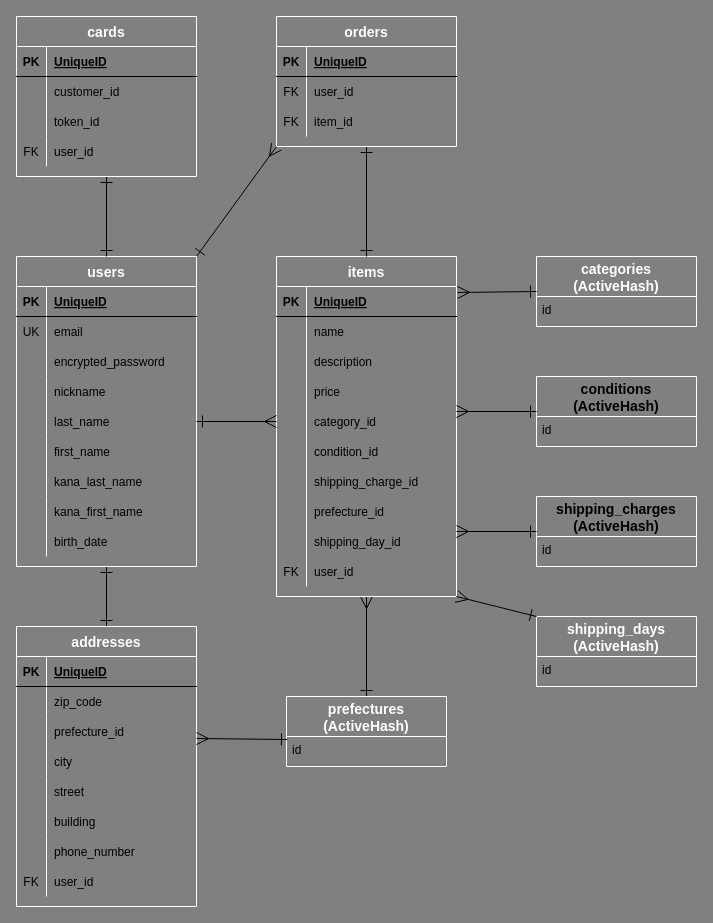
Before: er.dio in Jun-130/furima-38355, a draw.io diagram. Source tidied: cells renumbered, new cells numbered last; positions are measured from the earlier drawing's top-left corner, leaving out a move shared by most shapes. Both pictures are drawn from the tidied source at 100%, with x=0, y=0 at pixel (16, 16).
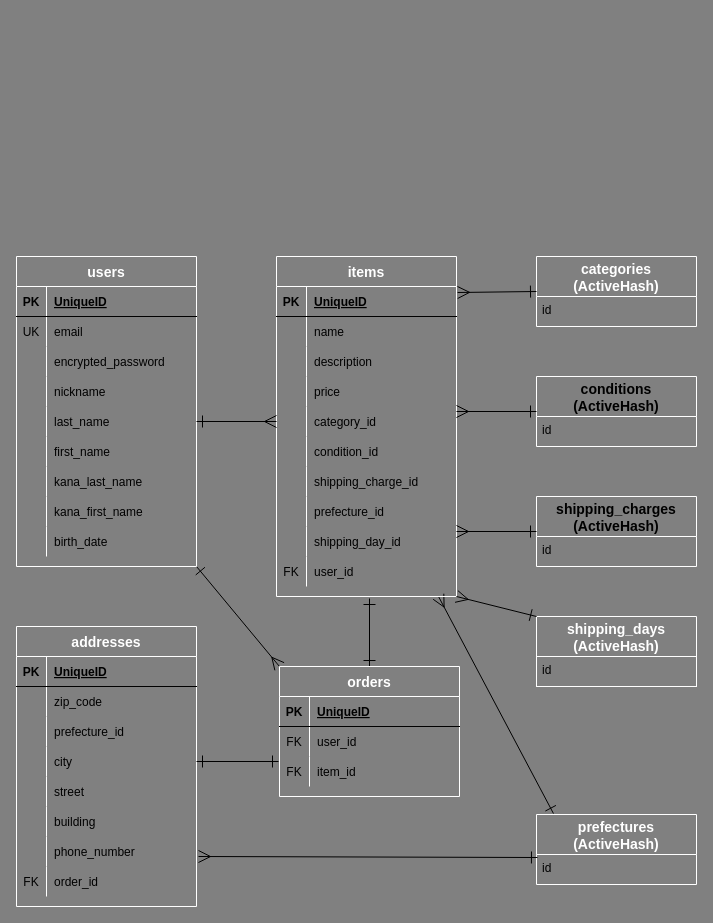
Above is the later version.

Commit message (it also covers changes not shown here):
DB設計変更(cards削除、association変更)

Unchanged cells that the change refers to:
```xml
<mxCell id="4" value="users" style="shape=table;startSize=30;childLayout=tableLayout;rowLines=0;fontStyle=1;align=center;fillColor=none;strokeColor=#FFFFFF;fontColor=#FFFFFF;fontSize=14;" parent="1" vertex="1">
  <mxGeometry y="240" width="180" height="310" as="geometry" />
</mxCell>
<mxCell id="33" value="items" style="shape=table;startSize=30;childLayout=tableLayout;rowLines=0;fontStyle=1;align=center;fillColor=none;strokeColor=#FFFFFF;fontColor=#FFFFFF;fontSize=14;" parent="1" vertex="1">
  <mxGeometry x="260" y="240" width="180" height="340" as="geometry" />
</mxCell>
<mxCell id="75" value="addresses" style="shape=table;startSize=30;childLayout=tableLayout;rowLines=0;fontStyle=1;align=center;fillColor=none;strokeColor=#FFFFFF;fontSize=14;fontColor=#FFFFFF;labelBackgroundColor=none;" parent="1" vertex="1">
  <mxGeometry y="610" width="180" height="280" as="geometry" />
</mxCell>
<mxCell id="82" style="shape=partialRectangle;fillColor=none;top=0;left=0;bottom=0;right=0;points=[[0,0.5],[1,0.5]];portConstraint=eastwest;" parent="75" vertex="1">
  <mxGeometry y="90" width="180" height="30" as="geometry" />
</mxCell>
<mxCell id="85" style="shape=partialRectangle;fillColor=none;top=0;left=0;bottom=0;right=0;points=[[0,0.5],[1,0.5]];portConstraint=eastwest;" parent="75" vertex="1">
  <mxGeometry y="120" width="180" height="30" as="geometry" />
</mxCell>
<mxCell id="97" style="shape=partialRectangle;fillColor=none;top=0;left=0;bottom=0;right=0;" parent="75" vertex="1">
  <mxGeometry y="240" width="180" height="30" as="geometry" />
</mxCell>
<mxCell id="101" value="id" style="text;strokeColor=none;fillColor=none;spacingLeft=4;spacingRight=4;overflow=hidden;points=[[0,0.5],[1,0.5]];portConstraint=eastwest;fontSize=12;" parent="100" vertex="1">
  <mxGeometry y="40" width="160" height="30" as="geometry" />
</mxCell>
```

Change to the diagram source:
```diff
@@
-    <mxCell id="2" style="html=1;exitX=0.5;exitY=1;exitDx=0;exitDy=0;entryX=0.5;entryY=0;entryDx=0;entryDy=0;endArrow=ERone;endFill=0;targetPerimeterSpacing=0;sourcePerimeterSpacing=0;startArrow=ERone;startFill=0;endSize=10;startSize=10;" parent="1" edge="1" source="4" target="75">
-      <mxGeometry relative="1" as="geometry" />
-    </mxCell>
-    <mxCell id="3" style="edgeStyle=none;html=1;exitX=1;exitY=0;exitDx=0;exitDy=0;startArrow=ERone;startFill=0;endArrow=ERmany;endFill=0;startSize=10;endSize=10;sourcePerimeterSpacing=0;targetPerimeterSpacing=0;" parent="1" edge="1" source="4">
-      <mxGeometry relative="1" as="geometry">
-        <mxPoint x="260" y="130" as="targetPoint" />
-      </mxGeometry>
+    <mxCell id="3" style="edgeStyle=none;html=1;exitX=1;exitY=1;exitDx=0;exitDy=0;startArrow=ERone;startFill=0;endArrow=ERmany;endFill=0;startSize=10;endSize=10;sourcePerimeterSpacing=0;targetPerimeterSpacing=0;entryX=0;entryY=0;entryDx=0;entryDy=0;" parent="1" edge="1" source="4" target="65">
+      <mxGeometry relative="1" as="geometry" />
     </mxCell>
@@
-    <mxCell id="32" style="edgeStyle=none;html=1;entryX=0.5;entryY=0;entryDx=0;entryDy=0;startArrow=ERmany;startFill=0;endArrow=ERone;endFill=0;startSize=10;endSize=10;sourcePerimeterSpacing=0;targetPerimeterSpacing=0;" parent="1" edge="1" target="100">
+    <mxCell id="32" style="edgeStyle=none;html=1;entryX=0.106;entryY=-0.014;entryDx=0;entryDy=0;startArrow=ERmany;startFill=0;endArrow=ERone;endFill=0;startSize=10;endSize=10;sourcePerimeterSpacing=0;targetPerimeterSpacing=0;entryPerimeter=0;" parent="1" edge="1" target="100">
       <mxGeometry relative="1" as="geometry">
-        <mxPoint x="350" y="580" as="sourcePoint" />
+        <mxPoint x="422" y="580" as="sourcePoint" />
       </mxGeometry>
     </mxCell>
@@
-    <mxCell id="64" style="edgeStyle=none;html=1;exitX=0.5;exitY=1;exitDx=0;exitDy=0;entryX=0.5;entryY=0;entryDx=0;entryDy=0;startArrow=ERone;startFill=0;endArrow=ERone;endFill=0;startSize=10;endSize=10;sourcePerimeterSpacing=0;targetPerimeterSpacing=0;" parent="1" edge="1" source="65" target="33">
-      <mxGeometry relative="1" as="geometry" />
+    <mxCell id="64" style="edgeStyle=none;html=1;exitX=0.5;exitY=0;exitDx=0;exitDy=0;startArrow=ERone;startFill=0;endArrow=ERone;endFill=0;startSize=10;endSize=10;sourcePerimeterSpacing=0;targetPerimeterSpacing=0;" parent="1" edge="1" source="65">
+      <mxGeometry relative="1" as="geometry">
+        <mxPoint x="353" y="582" as="targetPoint" />
+      </mxGeometry>
     </mxCell>
     <mxCell id="65" value="orders" style="shape=table;startSize=30;childLayout=tableLayout;rowLines=0;fontStyle=1;align=center;fillColor=none;fontColor=#FFFFFF;strokeColor=#FFFFFF;fontSize=14;" parent="1" vertex="1">
-      <mxGeometry x="260" width="180" height="130" as="geometry" />
+      <mxGeometry x="263" y="650" width="180" height="130" as="geometry" />
     </mxCell>
@@
-    <mxCell id="99" value="user_id" style="shape=partialRectangle;fillColor=none;top=0;left=0;bottom=0;right=0;align=left;spacingLeft=6;overflow=hidden;" parent="97" vertex="1">
+    <mxCell id="99" value="order_id" style="shape=partialRectangle;fillColor=none;top=0;left=0;bottom=0;right=0;align=left;spacingLeft=6;overflow=hidden;" parent="97" vertex="1">
       <mxGeometry x="30" width="150" height="30" as="geometry" />
     </mxCell>
     <mxCell id="100" value="prefectures&#10;(ActiveHash)" style="swimlane;fontStyle=1;horizontal=1;startSize=40;align=center;fontSize=14;fillColor=none;strokeColor=#FFFFFF;fontColor=#FFFFFF;labelBackgroundColor=none;" parent="1" vertex="1">
-      <mxGeometry x="270" y="680" width="160" height="70" as="geometry" />
+      <mxGeometry x="520" y="798" width="160" height="70" as="geometry" />
     </mxCell>
@@
-    <mxCell id="115" style="edgeStyle=none;html=1;entryX=1;entryY=0.733;entryDx=0;entryDy=0;entryPerimeter=0;startArrow=ERone;startFill=0;endArrow=ERmany;endFill=0;startSize=10;endSize=10;sourcePerimeterSpacing=0;targetPerimeterSpacing=0;exitX=0.006;exitY=0.1;exitDx=0;exitDy=0;exitPerimeter=0;" parent="1" edge="1" source="101" target="82">
-      <mxGeometry relative="1" as="geometry" />
+    <mxCell id="115" style="edgeStyle=none;html=1;startArrow=ERone;startFill=0;endArrow=ERmany;endFill=0;startSize=10;endSize=10;sourcePerimeterSpacing=0;targetPerimeterSpacing=0;exitX=0.006;exitY=0.1;exitDx=0;exitDy=0;exitPerimeter=0;" parent="1" edge="1" source="101">
+      <mxGeometry relative="1" as="geometry">
+        <mxPoint x="182" y="840" as="targetPoint" />
+      </mxGeometry>
     </mxCell>
-    <mxCell id="116" style="edgeStyle=none;html=1;entryX=0.5;entryY=0;entryDx=0;entryDy=0;startArrow=ERone;startFill=0;endArrow=ERone;endFill=0;startSize=10;endSize=10;sourcePerimeterSpacing=0;targetPerimeterSpacing=0;" parent="1" edge="1" target="4">
-      <mxGeometry relative="1" as="geometry">
-        <mxPoint x="90" y="160" as="sourcePoint" />
-      </mxGeometry>
-    </mxCell>
-    <mxCell id="117" value="cards" style="shape=table;startSize=30;childLayout=tableLayout;rowLines=0;fontStyle=1;align=center;fillColor=none;fontColor=#FFFFFF;strokeColor=#FFFFFF;fontSize=14;" parent="1" vertex="1">
-      <mxGeometry width="180" height="160" as="geometry" />
-    </mxCell>
-    <mxCell id="118" style="shape=partialRectangle;fillColor=none;top=0;left=0;bottom=1;right=0;" parent="117" vertex="1">
-      <mxGeometry y="30" width="180" height="30" as="geometry" />
-    </mxCell>
-    <mxCell id="119" value="PK" style="shape=partialRectangle;fillColor=none;top=0;left=0;bottom=0;right=0;fontStyle=1;overflow=hidden;" parent="118" vertex="1">
-      <mxGeometry width="30" height="30" as="geometry" />
-    </mxCell>
-    <mxCell id="120" value="UniqueID" style="shape=partialRectangle;fillColor=none;top=0;left=0;bottom=0;right=0;align=left;spacingLeft=6;fontStyle=5;overflow=hidden;" parent="118" vertex="1">
-      <mxGeometry x="30" width="150" height="30" as="geometry" />
-    </mxCell>
-    <mxCell id="121" style="shape=partialRectangle;fillColor=none;top=0;left=0;bottom=0;right=0;" parent="117" vertex="1">
-      <mxGeometry y="60" width="180" height="30" as="geometry" />
-    </mxCell>
-    <mxCell id="122" style="shape=partialRectangle;fillColor=none;top=0;left=0;bottom=0;right=0;overflow=hidden;" parent="121" vertex="1">
-      <mxGeometry width="30" height="30" as="geometry" />
-    </mxCell>
-    <mxCell id="123" value="customer_id" style="shape=partialRectangle;fillColor=none;top=0;left=0;bottom=0;right=0;align=left;spacingLeft=6;overflow=hidden;" parent="121" vertex="1">
-      <mxGeometry x="30" width="150" height="30" as="geometry" />
-    </mxCell>
-    <mxCell id="124" style="shape=partialRectangle;fillColor=none;top=0;left=0;bottom=0;right=0;" parent="117" vertex="1">
-      <mxGeometry y="90" width="180" height="30" as="geometry" />
-    </mxCell>
-    <mxCell id="125" style="shape=partialRectangle;fillColor=none;top=0;left=0;bottom=0;right=0;overflow=hidden;" parent="124" vertex="1">
-      <mxGeometry width="30" height="30" as="geometry" />
-    </mxCell>
-    <mxCell id="126" value="token_id" style="shape=partialRectangle;fillColor=none;top=0;left=0;bottom=0;right=0;align=left;spacingLeft=6;overflow=hidden;" parent="124" vertex="1">
-      <mxGeometry x="30" width="150" height="30" as="geometry" />
-    </mxCell>
-    <mxCell id="127" style="shape=partialRectangle;fillColor=none;top=0;left=0;bottom=0;right=0;" parent="117" vertex="1">
-      <mxGeometry y="120" width="180" height="30" as="geometry" />
-    </mxCell>
-    <mxCell id="128" value="FK" style="shape=partialRectangle;fillColor=none;top=0;left=0;bottom=0;right=0;overflow=hidden;" parent="127" vertex="1">
-      <mxGeometry width="30" height="30" as="geometry" />
-    </mxCell>
-    <mxCell id="129" value="user_id" style="shape=partialRectangle;fillColor=none;top=0;left=0;bottom=0;right=0;align=left;spacingLeft=6;overflow=hidden;" parent="127" vertex="1">
-      <mxGeometry x="30" width="150" height="30" as="geometry" />
-    </mxCell>
+    <mxCell id="130" style="edgeStyle=none;html=1;exitX=1;exitY=0.5;exitDx=0;exitDy=0;endArrow=ERone;endFill=0;startArrow=ERone;startFill=0;endSize=10;startSize=10;" parent="1" edge="1" source="85">
+      <mxGeometry relative="1" as="geometry">
+        <mxPoint x="262" y="745" as="targetPoint" />
+      </mxGeometry>
+    </mxCell>
```
